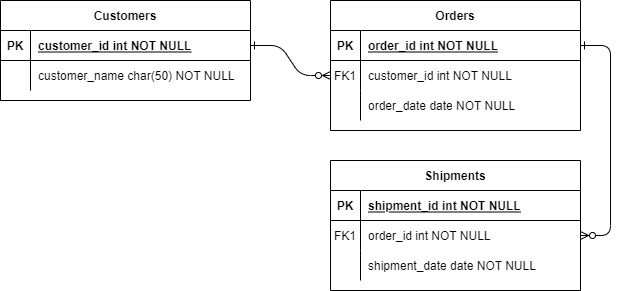
This is DB/Untitled Diagram.drawio.png from tsgsOFFICIAL/Kilgharrah, a draw.io export, as it was before one commit. Source tidied: cells renumbered, new cells last; positions are measured from the earlier drawing's top-left corner, leaving out a move shared by most shapes. Its diagram source:
```xml
<mxGraphModel>
  <root>
    <mxCell id="0" />
    <mxCell id="1" parent="0" />
    <mxCell id="2" style="edgeStyle=entityRelationEdgeStyle;endArrow=ERzeroToMany;startArrow=ERone;endFill=1;startFill=0;" parent="1" edge="1" source="25" target="8">
      <mxGeometry relative="1" as="geometry" />
    </mxCell>
    <mxCell id="3" style="edgeStyle=entityRelationEdgeStyle;endArrow=ERzeroToMany;startArrow=ERone;endFill=1;startFill=0;" parent="1" edge="1" source="5" target="18">
      <mxGeometry relative="1" as="geometry" />
    </mxCell>
    <mxCell id="4" value="Orders" style="shape=table;startSize=30;rowLines=0;fontStyle=1;align=center;" parent="1" vertex="1">
      <mxGeometry x="330" width="250" height="130" as="geometry" />
    </mxCell>
    <mxCell id="5" style="shape=partialRectangle;fillColor=none;points=[[0,0.5],[1,0.5]];portConstraint=eastwest;top=0;left=0;right=0;bottom=1;" parent="4" vertex="1">
      <mxGeometry y="30" width="250" height="30" as="geometry" />
    </mxCell>
    <mxCell id="6" value="PK" style="shape=partialRectangle;overflow=hidden;fillColor=none;top=0;left=0;bottom=0;right=0;fontStyle=1;" parent="5" vertex="1">
      <mxGeometry width="30" height="30" as="geometry" />
    </mxCell>
    <mxCell id="7" value="order_id int NOT NULL " style="shape=partialRectangle;overflow=hidden;fillColor=none;top=0;left=0;bottom=0;right=0;align=left;spacingLeft=6;fontStyle=5;" parent="5" vertex="1">
      <mxGeometry x="30" width="220" height="30" as="geometry" />
    </mxCell>
    <mxCell id="8" style="shape=partialRectangle;fillColor=none;points=[[0,0.5],[1,0.5]];portConstraint=eastwest;top=0;left=0;right=0;bottom=0;" parent="4" vertex="1">
      <mxGeometry y="60" width="250" height="30" as="geometry" />
    </mxCell>
    <mxCell id="9" value="FK1" style="shape=partialRectangle;overflow=hidden;fillColor=none;top=0;left=0;bottom=0;right=0;" parent="8" vertex="1">
      <mxGeometry width="30" height="30" as="geometry" />
    </mxCell>
    <mxCell id="10" value="customer_id int NOT NULL" style="shape=partialRectangle;overflow=hidden;fillColor=none;top=0;left=0;bottom=0;right=0;align=left;spacingLeft=6;" parent="8" vertex="1">
      <mxGeometry x="30" width="220" height="30" as="geometry" />
    </mxCell>
    <mxCell id="11" style="shape=partialRectangle;fillColor=none;top=0;left=0;right=0;bottom=0;" parent="4" vertex="1">
      <mxGeometry y="90" width="250" height="30" as="geometry" />
    </mxCell>
    <mxCell id="12" style="shape=partialRectangle;overflow=hidden;fillColor=none;top=0;left=0;bottom=0;right=0;" parent="11" vertex="1">
      <mxGeometry width="30" height="30" as="geometry" />
    </mxCell>
    <mxCell id="13" value="order_date date NOT NULL" style="shape=partialRectangle;overflow=hidden;fillColor=none;top=0;left=0;bottom=0;right=0;align=left;spacingLeft=6;" parent="11" vertex="1">
      <mxGeometry x="30" width="220" height="30" as="geometry" />
    </mxCell>
    <mxCell id="14" value="Shipments" style="shape=table;startSize=30;rowLines=0;fontStyle=1;align=center;" parent="1" vertex="1">
      <mxGeometry x="330" y="160" width="250" height="130" as="geometry" />
    </mxCell>
    <mxCell id="15" style="shape=partialRectangle;fillColor=none;top=0;left=0;right=0;bottom=1;" parent="14" vertex="1">
      <mxGeometry y="30" width="250" height="30" as="geometry" />
    </mxCell>
    <mxCell id="16" value="PK" style="shape=partialRectangle;overflow=hidden;fillColor=none;top=0;left=0;bottom=0;right=0;fontStyle=1;" parent="15" vertex="1">
      <mxGeometry width="30" height="30" as="geometry" />
    </mxCell>
    <mxCell id="17" value="shipment_id int NOT NULL " style="shape=partialRectangle;overflow=hidden;fillColor=none;top=0;left=0;bottom=0;right=0;align=left;spacingLeft=6;fontStyle=5;" parent="15" vertex="1">
      <mxGeometry x="30" width="220" height="30" as="geometry" />
    </mxCell>
    <mxCell id="18" style="shape=partialRectangle;fillColor=none;points=[[0,0.5],[1,0.5]];portConstraint=eastwest;top=0;left=0;right=0;bottom=0;" parent="14" vertex="1">
      <mxGeometry y="60" width="250" height="30" as="geometry" />
    </mxCell>
    <mxCell id="19" value="FK1" style="shape=partialRectangle;overflow=hidden;fillColor=none;top=0;left=0;bottom=0;right=0;" parent="18" vertex="1">
      <mxGeometry width="30" height="30" as="geometry" />
    </mxCell>
    <mxCell id="20" value="order_id int NOT NULL" style="shape=partialRectangle;overflow=hidden;fillColor=none;top=0;left=0;bottom=0;right=0;align=left;spacingLeft=6;" parent="18" vertex="1">
      <mxGeometry x="30" width="220" height="30" as="geometry" />
    </mxCell>
    <mxCell id="21" style="shape=partialRectangle;fillColor=none;top=0;left=0;right=0;bottom=0;" parent="14" vertex="1">
      <mxGeometry y="90" width="250" height="30" as="geometry" />
    </mxCell>
    <mxCell id="22" style="shape=partialRectangle;overflow=hidden;fillColor=none;top=0;left=0;bottom=0;right=0;" parent="21" vertex="1">
      <mxGeometry width="30" height="30" as="geometry" />
    </mxCell>
    <mxCell id="23" value="shipment_date date NOT NULL" style="shape=partialRectangle;overflow=hidden;fillColor=none;top=0;left=0;bottom=0;right=0;align=left;spacingLeft=6;" parent="21" vertex="1">
      <mxGeometry x="30" width="220" height="30" as="geometry" />
    </mxCell>
    <mxCell id="24" value="Customers" style="shape=table;startSize=30;rowLines=0;fontStyle=1;align=center;" parent="1" vertex="1">
      <mxGeometry width="250" height="100" as="geometry" />
    </mxCell>
    <mxCell id="25" style="shape=partialRectangle;fillColor=none;points=[[0,0.5],[1,0.5]];portConstraint=eastwest;top=0;left=0;right=0;bottom=1;" parent="24" vertex="1">
      <mxGeometry y="30" width="250" height="30" as="geometry" />
    </mxCell>
    <mxCell id="26" value="PK" style="shape=partialRectangle;overflow=hidden;fillColor=none;top=0;left=0;bottom=0;right=0;fontStyle=1;" parent="25" vertex="1">
      <mxGeometry width="30" height="30" as="geometry" />
    </mxCell>
    <mxCell id="27" value="customer_id int NOT NULL " style="shape=partialRectangle;overflow=hidden;fillColor=none;top=0;left=0;bottom=0;right=0;align=left;spacingLeft=6;fontStyle=5;" parent="25" vertex="1">
      <mxGeometry x="30" width="220" height="30" as="geometry" />
    </mxCell>
    <mxCell id="28" style="shape=partialRectangle;fillColor=none;top=0;left=0;right=0;bottom=0;" parent="24" vertex="1">
      <mxGeometry y="60" width="250" height="30" as="geometry" />
    </mxCell>
    <mxCell id="29" style="shape=partialRectangle;overflow=hidden;fillColor=none;top=0;left=0;bottom=0;right=0;" parent="28" vertex="1">
      <mxGeometry width="30" height="30" as="geometry" />
    </mxCell>
    <mxCell id="30" value="customer_name char(50) NOT NULL" style="shape=partialRectangle;overflow=hidden;fillColor=none;top=0;left=0;bottom=0;right=0;align=left;spacingLeft=6;" parent="28" vertex="1">
      <mxGeometry x="30" width="220" height="30" as="geometry" />
    </mxCell>
  </root>
</mxGraphModel>
```
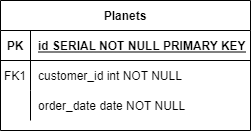
After the change.

Diff of the diagram source:
```diff
@@ -2,13 +2,7 @@
   <root>
     <mxCell id="0" />
     <mxCell id="1" parent="0" />
-    <mxCell id="2" style="edgeStyle=entityRelationEdgeStyle;endArrow=ERzeroToMany;startArrow=ERone;endFill=1;startFill=0;" parent="1" edge="1" source="25" target="8">
-      <mxGeometry relative="1" as="geometry" />
-    </mxCell>
-    <mxCell id="3" style="edgeStyle=entityRelationEdgeStyle;endArrow=ERzeroToMany;startArrow=ERone;endFill=1;startFill=0;" parent="1" edge="1" source="5" target="18">
-      <mxGeometry relative="1" as="geometry" />
-    </mxCell>
-    <mxCell id="4" value="Orders" style="shape=table;startSize=30;rowLines=0;fontStyle=1;align=center;" parent="1" vertex="1">
+    <mxCell id="4" value="Planets" style="shape=table;startSize=30;rowLines=0;fontStyle=1;align=center;" parent="1" vertex="1">
       <mxGeometry x="330" width="250" height="130" as="geometry" />
     </mxCell>
     <mxCell id="5" style="shape=partialRectangle;fillColor=none;points=[[0,0.5],[1,0.5]];portConstraint=eastwest;top=0;left=0;right=0;bottom=1;" parent="4" vertex="1">
@@ -17,7 +11,7 @@
     <mxCell id="6" value="PK" style="shape=partialRectangle;overflow=hidden;fillColor=none;top=0;left=0;bottom=0;right=0;fontStyle=1;" parent="5" vertex="1">
       <mxGeometry width="30" height="30" as="geometry" />
     </mxCell>
-    <mxCell id="7" value="order_id int NOT NULL " style="shape=partialRectangle;overflow=hidden;fillColor=none;top=0;left=0;bottom=0;right=0;align=left;spacingLeft=6;fontStyle=5;" parent="5" vertex="1">
+    <mxCell id="7" value="id SERIAL NOT NULL PRIMARY KEY" style="shape=partialRectangle;overflow=hidden;fillColor=none;top=0;left=0;bottom=0;right=0;align=left;spacingLeft=6;fontStyle=5;" parent="5" vertex="1">
       <mxGeometry x="30" width="220" height="30" as="geometry" />
     </mxCell>
     <mxCell id="8" style="shape=partialRectangle;fillColor=none;points=[[0,0.5],[1,0.5]];portConstraint=eastwest;top=0;left=0;right=0;bottom=0;" parent="4" vertex="1">
@@ -38,56 +32,5 @@
     <mxCell id="13" value="order_date date NOT NULL" style="shape=partialRectangle;overflow=hidden;fillColor=none;top=0;left=0;bottom=0;right=0;align=left;spacingLeft=6;" parent="11" vertex="1">
       <mxGeometry x="30" width="220" height="30" as="geometry" />
     </mxCell>
-    <mxCell id="14" value="Shipments" style="shape=table;startSize=30;rowLines=0;fontStyle=1;align=center;" parent="1" vertex="1">
-      <mxGeometry x="330" y="160" width="250" height="130" as="geometry" />
-    </mxCell>
-    <mxCell id="15" style="shape=partialRectangle;fillColor=none;top=0;left=0;right=0;bottom=1;" parent="14" vertex="1">
-      <mxGeometry y="30" width="250" height="30" as="geometry" />
-    </mxCell>
-    <mxCell id="16" value="PK" style="shape=partialRectangle;overflow=hidden;fillColor=none;top=0;left=0;bottom=0;right=0;fontStyle=1;" parent="15" vertex="1">
-      <mxGeometry width="30" height="30" as="geometry" />
-    </mxCell>
-    <mxCell id="17" value="shipment_id int NOT NULL " style="shape=partialRectangle;overflow=hidden;fillColor=none;top=0;left=0;bottom=0;right=0;align=left;spacingLeft=6;fontStyle=5;" parent="15" vertex="1">
-      <mxGeometry x="30" width="220" height="30" as="geometry" />
-    </mxCell>
-    <mxCell id="18" style="shape=partialRectangle;fillColor=none;points=[[0,0.5],[1,0.5]];portConstraint=eastwest;top=0;left=0;right=0;bottom=0;" parent="14" vertex="1">
-      <mxGeometry y="60" width="250" height="30" as="geometry" />
-    </mxCell>
-    <mxCell id="19" value="FK1" style="shape=partialRectangle;overflow=hidden;fillColor=none;top=0;left=0;bottom=0;right=0;" parent="18" vertex="1">
-      <mxGeometry width="30" height="30" as="geometry" />
-    </mxCell>
-    <mxCell id="20" value="order_id int NOT NULL" style="shape=partialRectangle;overflow=hidden;fillColor=none;top=0;left=0;bottom=0;right=0;align=left;spacingLeft=6;" parent="18" vertex="1">
-      <mxGeometry x="30" width="220" height="30" as="geometry" />
-    </mxCell>
-    <mxCell id="21" style="shape=partialRectangle;fillColor=none;top=0;left=0;right=0;bottom=0;" parent="14" vertex="1">
-      <mxGeometry y="90" width="250" height="30" as="geometry" />
-    </mxCell>
-    <mxCell id="22" style="shape=partialRectangle;overflow=hidden;fillColor=none;top=0;left=0;bottom=0;right=0;" parent="21" vertex="1">
-      <mxGeometry width="30" height="30" as="geometry" />
-    </mxCell>
-    <mxCell id="23" value="shipment_date date NOT NULL" style="shape=partialRectangle;overflow=hidden;fillColor=none;top=0;left=0;bottom=0;right=0;align=left;spacingLeft=6;" parent="21" vertex="1">
-      <mxGeometry x="30" width="220" height="30" as="geometry" />
-    </mxCell>
-    <mxCell id="24" value="Customers" style="shape=table;startSize=30;rowLines=0;fontStyle=1;align=center;" parent="1" vertex="1">
-      <mxGeometry width="250" height="100" as="geometry" />
-    </mxCell>
-    <mxCell id="25" style="shape=partialRectangle;fillColor=none;points=[[0,0.5],[1,0.5]];portConstraint=eastwest;top=0;left=0;right=0;bottom=1;" parent="24" vertex="1">
-      <mxGeometry y="30" width="250" height="30" as="geometry" />
-    </mxCell>
-    <mxCell id="26" value="PK" style="shape=partialRectangle;overflow=hidden;fillColor=none;top=0;left=0;bottom=0;right=0;fontStyle=1;" parent="25" vertex="1">
-      <mxGeometry width="30" height="30" as="geometry" />
-    </mxCell>
-    <mxCell id="27" value="customer_id int NOT NULL " style="shape=partialRectangle;overflow=hidden;fillColor=none;top=0;left=0;bottom=0;right=0;align=left;spacingLeft=6;fontStyle=5;" parent="25" vertex="1">
-      <mxGeometry x="30" width="220" height="30" as="geometry" />
-    </mxCell>
-    <mxCell id="28" style="shape=partialRectangle;fillColor=none;top=0;left=0;right=0;bottom=0;" parent="24" vertex="1">
-      <mxGeometry y="60" width="250" height="30" as="geometry" />
-    </mxCell>
-    <mxCell id="29" style="shape=partialRectangle;overflow=hidden;fillColor=none;top=0;left=0;bottom=0;right=0;" parent="28" vertex="1">
-      <mxGeometry width="30" height="30" as="geometry" />
-    </mxCell>
-    <mxCell id="30" value="customer_name char(50) NOT NULL" style="shape=partialRectangle;overflow=hidden;fillColor=none;top=0;left=0;bottom=0;right=0;align=left;spacingLeft=6;" parent="28" vertex="1">
-      <mxGeometry x="30" width="220" height="30" as="geometry" />
-    </mxCell>
   </root>
 </mxGraphModel>
```
